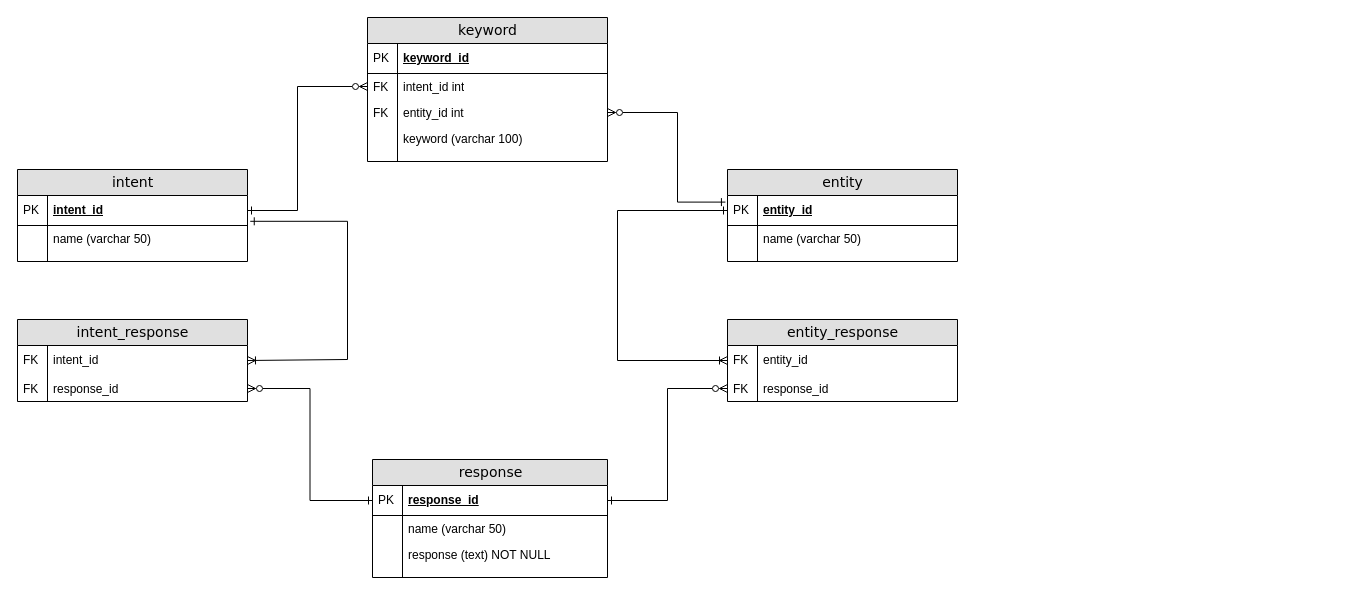
This is java/database/databaseERD.drawio from kmeadows3/Chatbot-Capstone, a draw.io file, before an edit. Source tidied: cells renumbered, new cells numbered last; positions are measured from the earlier drawing's top-left corner, leaving out a move shared by most shapes. Both pictures are drawn from the tidied source at 100%, with x=0, y=0 at pixel (17, 17).
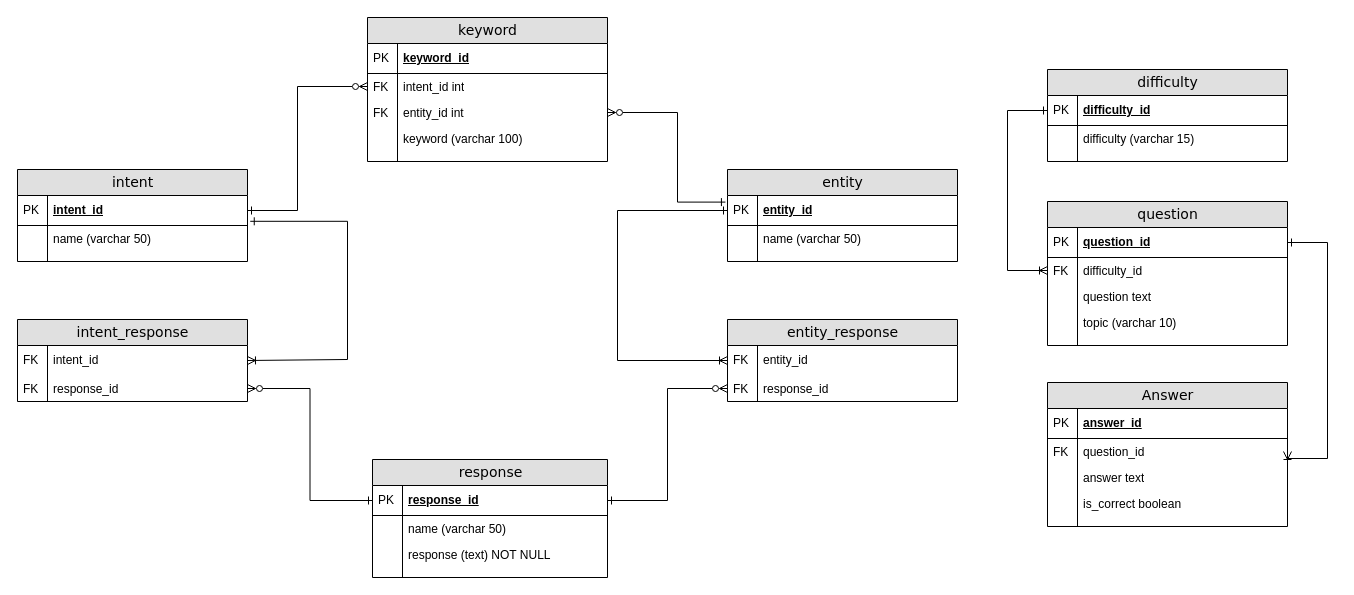
Above is the later version.

Commit message (it also covers changes not shown here):
added screenshots and updated database erd

Change to the diagram source:
```diff
@@
+    <mxCell id="52" value="question" style="swimlane;html=1;fontStyle=0;horizontal=1;startSize=26;fillColor=#e0e0e0;swimlaneFillColor=#ffffff;align=center;rounded=0;shadow=0;comic=0;labelBackgroundColor=none;strokeWidth=1;fontFamily=Verdana;fontSize=14;swimlaneLine=1;" parent="1" vertex="1">
+      <mxGeometry x="1030" y="184" width="240" height="144" as="geometry" />
+    </mxCell>
+    <mxCell id="53" value="question_id" style="shape=partialRectangle;top=0;left=0;right=0;bottom=1;html=1;align=left;verticalAlign=middle;fillColor=none;spacingLeft=34;spacingRight=4;whiteSpace=wrap;overflow=hidden;points=[[0,0.5],[1,0.5]];portConstraint=eastwest;fontStyle=5;" parent="52" vertex="1">
+      <mxGeometry y="26" width="240" height="30" as="geometry" />
+    </mxCell>
+    <mxCell id="54" value="PK" style="shape=partialRectangle;top=0;left=0;bottom=0;html=1;fillColor=none;align=left;verticalAlign=middle;spacingLeft=4;spacingRight=4;whiteSpace=wrap;overflow=hidden;" parent="53" vertex="1">
+      <mxGeometry width="30" height="30" as="geometry" />
+    </mxCell>
+    <mxCell id="55" value="difficulty_id" style="shape=partialRectangle;top=0;left=0;right=0;bottom=0;html=1;align=left;verticalAlign=top;fillColor=none;spacingLeft=34;spacingRight=4;whiteSpace=wrap;overflow=hidden;points=[[0,0.5],[1,0.5]];portConstraint=eastwest;" parent="52" vertex="1">
+      <mxGeometry y="56" width="240" height="26" as="geometry" />
+    </mxCell>
+    <mxCell id="56" value="FK" style="shape=partialRectangle;top=0;left=0;bottom=0;html=1;fillColor=none;align=left;verticalAlign=top;spacingLeft=4;spacingRight=4;whiteSpace=wrap;overflow=hidden;" parent="55" vertex="1">
+      <mxGeometry width="30" height="26" as="geometry" />
+    </mxCell>
+    <mxCell id="57" value="question text" style="shape=partialRectangle;top=0;left=0;right=0;bottom=0;html=1;align=left;verticalAlign=top;fillColor=none;spacingLeft=34;spacingRight=4;whiteSpace=wrap;overflow=hidden;" parent="52" vertex="1">
+      <mxGeometry y="82" width="240" height="26" as="geometry" />
+    </mxCell>
+    <mxCell id="58" style="shape=partialRectangle;top=0;left=0;bottom=0;html=1;fillColor=none;align=left;verticalAlign=top;spacingLeft=4;spacingRight=4;whiteSpace=wrap;overflow=hidden;" parent="57" vertex="1">
+      <mxGeometry width="30" height="26" as="geometry" />
+    </mxCell>
+    <mxCell id="59" value="topic (varchar 10)" style="shape=partialRectangle;top=0;left=0;right=0;bottom=0;html=1;align=left;verticalAlign=top;fillColor=none;spacingLeft=34;spacingRight=4;whiteSpace=wrap;overflow=hidden;" parent="52" vertex="1">
+      <mxGeometry y="108" width="240" height="26" as="geometry" />
+    </mxCell>
+    <mxCell id="60" style="shape=partialRectangle;top=0;left=0;bottom=0;html=1;fillColor=none;align=left;verticalAlign=top;spacingLeft=4;spacingRight=4;whiteSpace=wrap;overflow=hidden;" parent="59" vertex="1">
+      <mxGeometry width="30" height="26" as="geometry" />
+    </mxCell>
+    <mxCell id="61" style="shape=partialRectangle;top=0;left=0;right=0;bottom=0;html=1;align=left;verticalAlign=top;fillColor=none;spacingLeft=34;spacingRight=4;whiteSpace=wrap;overflow=hidden;" parent="52" vertex="1">
+      <mxGeometry y="134" width="240" height="10" as="geometry" />
+    </mxCell>
+    <mxCell id="62" style="shape=partialRectangle;top=0;left=0;bottom=0;html=1;fillColor=none;align=left;verticalAlign=top;spacingLeft=4;spacingRight=4;whiteSpace=wrap;overflow=hidden;" parent="61" vertex="1">
+      <mxGeometry width="30" height="10" as="geometry" />
+    </mxCell>
+    <mxCell id="63" value="difficulty" style="swimlane;html=1;fontStyle=0;horizontal=1;startSize=26;fillColor=#e0e0e0;swimlaneFillColor=#ffffff;align=center;rounded=0;shadow=0;comic=0;labelBackgroundColor=none;strokeWidth=1;fontFamily=Verdana;fontSize=14;swimlaneLine=1;" parent="1" vertex="1">
+      <mxGeometry x="1030" y="52" width="240" height="92" as="geometry" />
+    </mxCell>
+    <mxCell id="64" value="difficulty_id" style="shape=partialRectangle;top=0;left=0;right=0;bottom=1;html=1;align=left;verticalAlign=middle;fillColor=none;spacingLeft=34;spacingRight=4;whiteSpace=wrap;overflow=hidden;points=[[0,0.5],[1,0.5]];portConstraint=eastwest;fontStyle=5;" parent="63" vertex="1">
+      <mxGeometry y="26" width="240" height="30" as="geometry" />
+    </mxCell>
+    <mxCell id="65" value="PK" style="shape=partialRectangle;top=0;left=0;bottom=0;html=1;fillColor=none;align=left;verticalAlign=middle;spacingLeft=4;spacingRight=4;whiteSpace=wrap;overflow=hidden;" parent="64" vertex="1">
+      <mxGeometry width="30" height="30" as="geometry" />
+    </mxCell>
+    <mxCell id="66" value="difficulty (varchar 15)" style="shape=partialRectangle;top=0;left=0;right=0;bottom=0;html=1;align=left;verticalAlign=top;fillColor=none;spacingLeft=34;spacingRight=4;whiteSpace=wrap;overflow=hidden;" parent="63" vertex="1">
+      <mxGeometry y="56" width="240" height="26" as="geometry" />
+    </mxCell>
+    <mxCell id="67" style="shape=partialRectangle;top=0;left=0;bottom=0;html=1;fillColor=none;align=left;verticalAlign=top;spacingLeft=4;spacingRight=4;whiteSpace=wrap;overflow=hidden;" parent="66" vertex="1">
+      <mxGeometry width="30" height="26" as="geometry" />
+    </mxCell>
+    <mxCell id="68" style="shape=partialRectangle;top=0;left=0;right=0;bottom=0;html=1;align=left;verticalAlign=top;fillColor=none;spacingLeft=34;spacingRight=4;whiteSpace=wrap;overflow=hidden;" parent="63" vertex="1">
+      <mxGeometry y="82" width="240" height="10" as="geometry" />
+    </mxCell>
+    <mxCell id="69" style="shape=partialRectangle;top=0;left=0;bottom=0;html=1;fillColor=none;align=left;verticalAlign=top;spacingLeft=4;spacingRight=4;whiteSpace=wrap;overflow=hidden;" parent="68" vertex="1">
+      <mxGeometry width="30" height="10" as="geometry" />
+    </mxCell>
+    <mxCell id="70" style="edgeStyle=orthogonalEdgeStyle;rounded=0;jettySize=auto;html=1;entryX=0;entryY=0.5;entryDx=0;entryDy=0;startArrow=ERone;startFill=0;endArrow=ERoneToMany;endFill=0;" parent="1" edge="1" source="64" target="55">
+      <mxGeometry relative="1" as="geometry">
+        <Array as="points">
+          <mxPoint x="990" y="93" />
+          <mxPoint x="990" y="253" />
+        </Array>
+      </mxGeometry>
+    </mxCell>
+    <mxCell id="71" value="Answer" style="swimlane;html=1;fontStyle=0;horizontal=1;startSize=26;fillColor=#e0e0e0;swimlaneFillColor=#ffffff;align=center;rounded=0;shadow=0;comic=0;labelBackgroundColor=none;strokeWidth=1;fontFamily=Verdana;fontSize=14;swimlaneLine=1;" parent="1" vertex="1">
+      <mxGeometry x="1030" y="365" width="240" height="144" as="geometry" />
+    </mxCell>
+    <mxCell id="72" value="answer_id" style="shape=partialRectangle;top=0;left=0;right=0;bottom=1;html=1;align=left;verticalAlign=middle;fillColor=none;spacingLeft=34;spacingRight=4;whiteSpace=wrap;overflow=hidden;fontStyle=5;" parent="71" vertex="1">
+      <mxGeometry y="26" width="240" height="30" as="geometry" />
+    </mxCell>
+    <mxCell id="73" value="PK" style="shape=partialRectangle;top=0;left=0;bottom=0;html=1;fillColor=none;align=left;verticalAlign=middle;spacingLeft=4;spacingRight=4;whiteSpace=wrap;overflow=hidden;" parent="72" vertex="1">
+      <mxGeometry width="30" height="30" as="geometry" />
+    </mxCell>
+    <mxCell id="74" value="question_id" style="shape=partialRectangle;top=0;left=0;right=0;bottom=0;html=1;align=left;verticalAlign=top;fillColor=none;spacingLeft=34;spacingRight=4;whiteSpace=wrap;overflow=hidden;points=[[0,0.5],[1,0.5]];portConstraint=eastwest;" parent="71" vertex="1">
+      <mxGeometry y="56" width="240" height="26" as="geometry" />
+    </mxCell>
+    <mxCell id="75" value="FK" style="shape=partialRectangle;top=0;left=0;bottom=0;html=1;fillColor=none;align=left;verticalAlign=top;spacingLeft=4;spacingRight=4;whiteSpace=wrap;overflow=hidden;" parent="74" vertex="1">
+      <mxGeometry width="30" height="26" as="geometry" />
+    </mxCell>
+    <mxCell id="76" value="answer text" style="shape=partialRectangle;top=0;left=0;right=0;bottom=0;html=1;align=left;verticalAlign=top;fillColor=none;spacingLeft=34;spacingRight=4;whiteSpace=wrap;overflow=hidden;" parent="71" vertex="1">
+      <mxGeometry y="82" width="240" height="26" as="geometry" />
+    </mxCell>
+    <mxCell id="77" style="shape=partialRectangle;top=0;left=0;bottom=0;html=1;fillColor=none;align=left;verticalAlign=top;spacingLeft=4;spacingRight=4;whiteSpace=wrap;overflow=hidden;" parent="76" vertex="1">
+      <mxGeometry width="30" height="26" as="geometry" />
+    </mxCell>
+    <mxCell id="78" value="is_correct boolean" style="shape=partialRectangle;top=0;left=0;right=0;bottom=0;html=1;align=left;verticalAlign=top;fillColor=none;spacingLeft=34;spacingRight=4;whiteSpace=wrap;overflow=hidden;" parent="71" vertex="1">
+      <mxGeometry y="108" width="240" height="26" as="geometry" />
+    </mxCell>
+    <mxCell id="79" style="shape=partialRectangle;top=0;left=0;bottom=0;html=1;fillColor=none;align=left;verticalAlign=top;spacingLeft=4;spacingRight=4;whiteSpace=wrap;overflow=hidden;" parent="78" vertex="1">
+      <mxGeometry width="30" height="26" as="geometry" />
+    </mxCell>
+    <mxCell id="80" style="shape=partialRectangle;top=0;left=0;right=0;bottom=0;html=1;align=left;verticalAlign=top;fillColor=none;spacingLeft=34;spacingRight=4;whiteSpace=wrap;overflow=hidden;" parent="71" vertex="1">
+      <mxGeometry y="134" width="240" height="10" as="geometry" />
+    </mxCell>
+    <mxCell id="81" style="shape=partialRectangle;top=0;left=0;bottom=0;html=1;fillColor=none;align=left;verticalAlign=top;spacingLeft=4;spacingRight=4;whiteSpace=wrap;overflow=hidden;" parent="80" vertex="1">
+      <mxGeometry width="30" height="10" as="geometry" />
+    </mxCell>
+    <mxCell id="82" style="edgeStyle=orthogonalEdgeStyle;rounded=0;jettySize=auto;html=1;exitX=1;exitY=0.5;exitDx=0;exitDy=0;entryX=1;entryY=0.5;entryDx=0;entryDy=0;startArrow=ERone;startFill=0;endArrow=ERoneToMany;endFill=0;" parent="1" edge="1" source="53" target="74">
+      <mxGeometry relative="1" as="geometry">
+        <Array as="points">
+          <mxPoint x="1310" y="225" />
+          <mxPoint x="1310" y="441" />
+        </Array>
+      </mxGeometry>
+    </mxCell>
```
